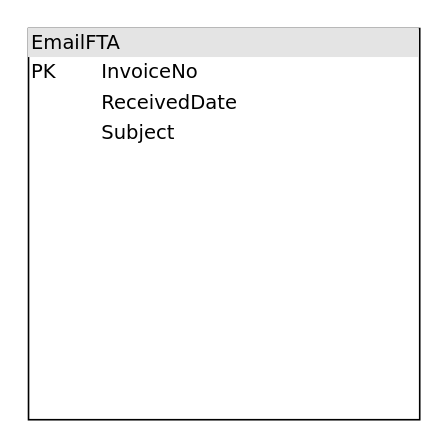
Before: page "Board3_Spareparts_IPS" (3 of 3) of TAM_IMIS_diagram.drawio in RifqiG759/BI_datasets, a draw.io diagram. Source tidied: cells renumbered, new cells numbered last; positions are measured from the earlier drawing's top-left corner, leaving out a move shared by most shapes. Both pictures are drawn from the tidied source at 163%, with x=0, y=0 at pixel (28, 28).
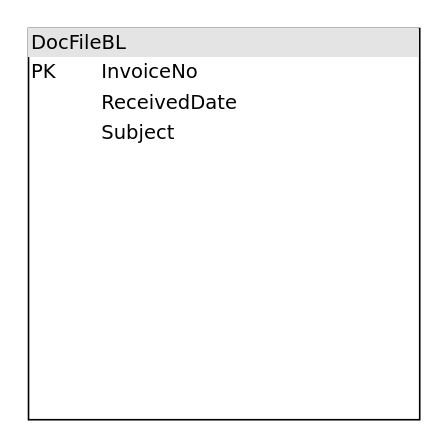
The same page after the edit.

Diff of the diagram source:
```diff
@@
 <mxGraphModel>
   <root>
     <mxCell id="0" />
     <mxCell id="1" parent="0" />
-    <mxCell id="2" value="&lt;div style=&quot;box-sizing: border-box ; width: 100% ; background: #e4e4e4 ; padding: 2px&quot;&gt;EmailFTA&lt;/div&gt;&lt;table style=&quot;width: 100% ; font-size: 1em&quot; cellpadding=&quot;2&quot; cellspacing=&quot;0&quot;&gt;&lt;tbody&gt;&lt;tr&gt;&lt;td&gt;PK&lt;/td&gt;&lt;td&gt;InvoiceNo&lt;/td&gt;&lt;/tr&gt;&lt;tr&gt;&lt;td&gt;&lt;/td&gt;&lt;td&gt;ReceivedDate&lt;/td&gt;&lt;/tr&gt;&lt;tr&gt;&lt;td&gt;&lt;/td&gt;&lt;td&gt;Subject&lt;br&gt;&lt;br&gt;&lt;/td&gt;&lt;/tr&gt;&lt;tr&gt;&lt;td&gt;&lt;/td&gt;&lt;td&gt;&lt;/td&gt;&lt;/tr&gt;&lt;/tbody&gt;&lt;/table&gt;" style="verticalAlign=top;align=left;overflow=fill;html=1;rounded=0;shadow=0;comic=0;labelBackgroundColor=none;strokeColor=#000000;strokeWidth=1;fillColor=#ffffff;fontFamily=Verdana;fontSize=12;fontColor=#000000;" parent="1" vertex="1">
+    <mxCell id="2" value="&lt;div style=&quot;box-sizing: border-box ; width: 100% ; background: #e4e4e4 ; padding: 2px&quot;&gt;DocFileBL&lt;/div&gt;&lt;table style=&quot;width: 100% ; font-size: 1em&quot; cellpadding=&quot;2&quot; cellspacing=&quot;0&quot;&gt;&lt;tbody&gt;&lt;tr&gt;&lt;td&gt;PK&lt;/td&gt;&lt;td&gt;InvoiceNo&lt;/td&gt;&lt;/tr&gt;&lt;tr&gt;&lt;td&gt;&lt;/td&gt;&lt;td&gt;ReceivedDate&lt;/td&gt;&lt;/tr&gt;&lt;tr&gt;&lt;td&gt;&lt;/td&gt;&lt;td&gt;Subject&lt;br&gt;&lt;br&gt;&lt;/td&gt;&lt;/tr&gt;&lt;tr&gt;&lt;td&gt;&lt;/td&gt;&lt;td&gt;&lt;/td&gt;&lt;/tr&gt;&lt;/tbody&gt;&lt;/table&gt;" style="verticalAlign=top;align=left;overflow=fill;html=1;rounded=0;shadow=0;comic=0;labelBackgroundColor=none;strokeColor=#000000;strokeWidth=1;fillColor=#ffffff;fontFamily=Verdana;fontSize=12;fontColor=#000000;" parent="1" vertex="1">
       <mxGeometry width="240" height="240" as="geometry" />
     </mxCell>
   </root>
 </mxGraphModel>
```
